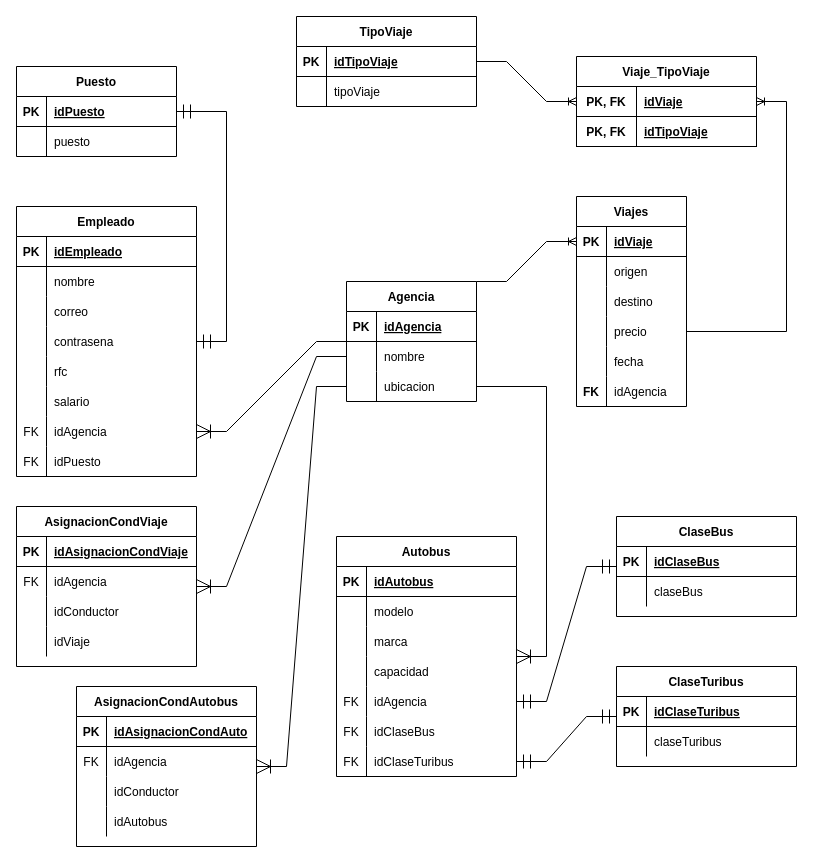
Above: Proyecto/BaseDatos.drawio in KevinLara96/Java_Diplomat (draw.io), before the change. Source tidied: cells renumbered, new cells numbered last; positions are measured from the earlier drawing's top-left corner, leaving out a move shared by most shapes. Both pictures are drawn from the tidied source at 100%, with x=0, y=0 at pixel (16, 16).
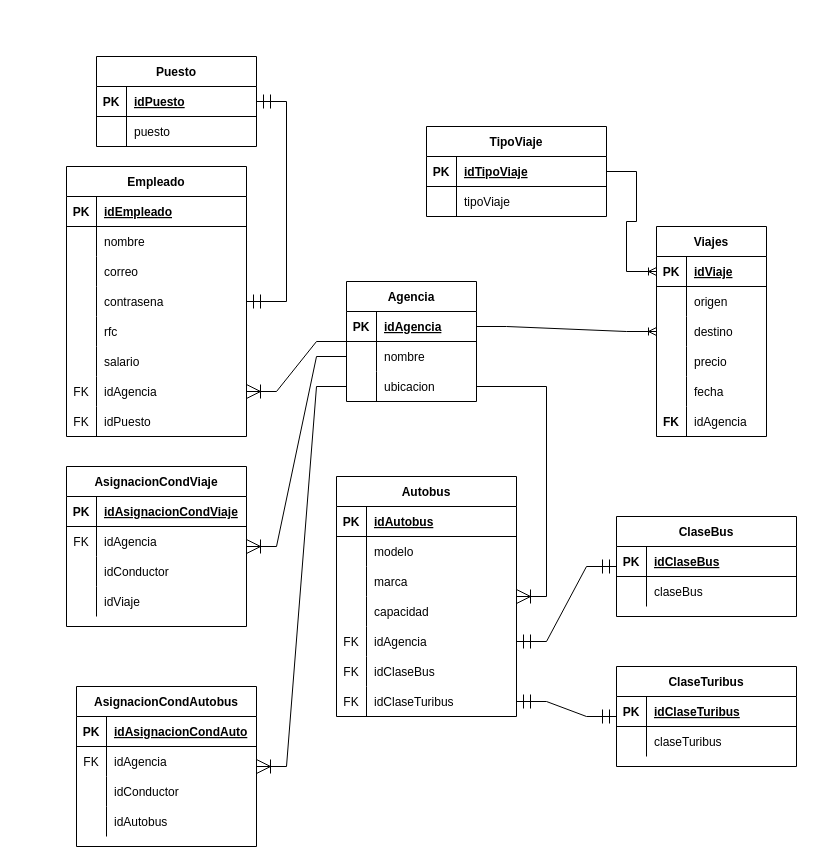
The same page after the edit.

The change refers to these unchanged cells:
```xml
<mxCell id="2" value="Agencia" style="shape=table;startSize=30;childLayout=tableLayout;rowLines=0;fontStyle=1;align=center;" parent="1" vertex="1">
  <mxGeometry x="330" y="265" width="130" height="120" as="geometry" />
</mxCell>
<mxCell id="3" style="shape=tableRow;horizontal=0;startSize=0;swimlaneHead=0;swimlaneBody=0;fillColor=none;points=[[0,0.5],[1,0.5]];portConstraint=eastwest;top=0;left=0;right=0;bottom=1;" parent="2" vertex="1">
  <mxGeometry y="30" width="130" height="30" as="geometry" />
</mxCell>
<mxCell id="114" style="shape=tableRow;horizontal=0;startSize=0;swimlaneHead=0;swimlaneBody=0;fillColor=none;points=[[0,0.5],[1,0.5]];portConstraint=eastwest;top=0;left=0;right=0;bottom=1;" parent="113" vertex="1">
  <mxGeometry y="30" width="110" height="30" as="geometry" />
</mxCell>
<mxCell id="123" style="shape=tableRow;horizontal=0;startSize=0;swimlaneHead=0;swimlaneBody=0;fillColor=none;points=[[0,0.5],[1,0.5]];portConstraint=eastwest;top=0;left=0;right=0;bottom=0;" parent="113" vertex="1">
  <mxGeometry y="120" width="110" height="30" as="geometry" />
</mxCell>
```

Change to the diagram source:
```diff
@@
     <mxCell id="12" value="Puesto" style="shape=table;startSize=30;childLayout=tableLayout;rowLines=0;fontStyle=1;align=center;" parent="1" vertex="1">
-      <mxGeometry y="50" width="160" height="90" as="geometry" />
+      <mxGeometry x="80" y="40" width="160" height="90" as="geometry" />
     </mxCell>
@@
     <mxCell id="19" value="Empleado" style="shape=table;startSize=30;childLayout=tableLayout;rowLines=0;fontStyle=1;align=center;" parent="1" vertex="1">
-      <mxGeometry y="190" width="180" height="270" as="geometry" />
+      <mxGeometry x="50" y="150" width="180" height="270" as="geometry" />
     </mxCell>
@@
     <mxCell id="60" value="Autobus" style="shape=table;startSize=30;childLayout=tableLayout;rowLines=0;fontStyle=1;align=center;" parent="1" vertex="1">
-      <mxGeometry x="320" y="520" width="180" height="240" as="geometry" />
+      <mxGeometry x="320" y="460" width="180" height="240" as="geometry" />
     </mxCell>
@@
     <mxCell id="85" value="AsignacionCondViaje" style="shape=table;startSize=30;childLayout=tableLayout;rowLines=0;fontStyle=1;align=center;" parent="1" vertex="1">
-      <mxGeometry y="490" width="180" height="160" as="geometry" />
+      <mxGeometry x="50" y="450" width="180" height="160" as="geometry" />
     </mxCell>
@@
     <mxCell id="113" value="Viajes" style="shape=table;startSize=30;childLayout=tableLayout;rowLines=0;fontStyle=1;align=center;" parent="1" vertex="1">
-      <mxGeometry x="560" y="180" width="110" height="210" as="geometry" />
+      <mxGeometry x="640" y="210" width="110" height="210" as="geometry" />
     </mxCell>
@@
-    <mxCell id="132" style="edgeStyle=entityRelationEdgeStyle;fontSize=12;html=1;endArrow=ERoneToMany;rounded=0;entryX=0;entryY=0.5;entryDx=0;entryDy=0;exitX=1;exitY=0;exitDx=0;exitDy=0;" parent="1" edge="1" source="2" target="114">
+    <mxCell id="132" style="edgeStyle=entityRelationEdgeStyle;fontSize=12;html=1;endArrow=ERoneToMany;rounded=0;exitX=1;exitY=0.5;exitDx=0;exitDy=0;" parent="1" edge="1" source="3" target="113">
       <mxGeometry relative="1" as="geometry" />
     </mxCell>
     <mxCell id="133" value="TipoViaje" style="shape=table;startSize=30;childLayout=tableLayout;rowLines=0;fontStyle=1;align=center;" parent="1" vertex="1">
-      <mxGeometry x="280" width="180" height="90" as="geometry" />
+      <mxGeometry x="410" y="110" width="180" height="90" as="geometry" />
     </mxCell>
@@
-    <mxCell id="140" value="Viaje_TipoViaje" style="shape=table;startSize=30;childLayout=tableLayout;rowLines=0;fontStyle=1;align=center;" parent="1" vertex="1">
-      <mxGeometry x="560" y="40" width="180" height="90" as="geometry" />
-    </mxCell>
-    <mxCell id="141" style="shape=tableRow;horizontal=0;startSize=0;swimlaneHead=0;swimlaneBody=0;fillColor=none;top=0;left=0;right=0;bottom=1;" parent="140" vertex="1">
-      <mxGeometry y="30" width="180" height="30" as="geometry" />
-    </mxCell>
-    <mxCell id="142" value="PK, FK" style="shape=partialRectangle;fillColor=none;top=0;left=0;bottom=0;right=0;fontStyle=1;overflow=hidden;" parent="141" vertex="1">
-      <mxGeometry width="60" height="30" as="geometry" />
-    </mxCell>
-    <mxCell id="143" value="idViaje" style="shape=partialRectangle;fillColor=none;top=0;left=0;bottom=0;right=0;align=left;spacingLeft=6;fontStyle=5;overflow=hidden;" parent="141" vertex="1">
-      <mxGeometry x="60" width="120" height="30" as="geometry" />
-    </mxCell>
-    <mxCell id="144" style="shape=tableRow;horizontal=0;startSize=0;swimlaneHead=0;swimlaneBody=0;fillColor=none;top=0;left=0;right=0;bottom=1;" parent="140" vertex="1">
-      <mxGeometry y="60" width="180" height="30" as="geometry" />
-    </mxCell>
-    <mxCell id="145" value="PK, FK" style="shape=partialRectangle;fillColor=none;top=0;left=0;bottom=0;right=0;fontStyle=1;overflow=hidden;" parent="144" vertex="1">
-      <mxGeometry width="60" height="30" as="geometry" />
-    </mxCell>
-    <mxCell id="146" value="idTipoViaje" style="shape=partialRectangle;fillColor=none;top=0;left=0;bottom=0;right=0;align=left;spacingLeft=6;fontStyle=5;overflow=hidden;" parent="144" vertex="1">
-      <mxGeometry x="60" width="120" height="30" as="geometry" />
-    </mxCell>
-    <mxCell id="147" style="edgeStyle=entityRelationEdgeStyle;fontSize=12;html=1;endArrow=ERoneToMany;rounded=0;" parent="1" edge="1" source="133" target="140">
+    <mxCell id="147" style="edgeStyle=entityRelationEdgeStyle;fontSize=12;html=1;endArrow=ERoneToMany;rounded=0;entryX=0;entryY=0.5;entryDx=0;entryDy=0;" parent="1" edge="1" source="133" target="114">
       <mxGeometry relative="1" as="geometry" />
     </mxCell>
-    <mxCell id="148" style="edgeStyle=entityRelationEdgeStyle;fontSize=12;html=1;endArrow=ERoneToMany;rounded=0;exitX=1;exitY=0.5;exitDx=0;exitDy=0;" parent="1" edge="1" source="123" target="140">
-      <mxGeometry relative="1" as="geometry" />
-    </mxCell>
```
